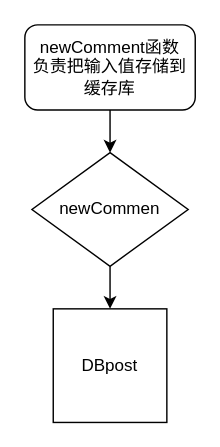
MoNaiZi/draw.io keeps this draw.io diagram as page "newComment" (2 of 3) of 小程序/提交评论流程图.drawio. Above is the earlier version. Source tidied: cells renumbered, new cells numbered last; positions are measured from the earlier drawing's top-left corner, leaving out a move shared by most shapes. Both pictures are drawn from the tidied source at 142%, with x=0, y=0 at pixel (24, 24).
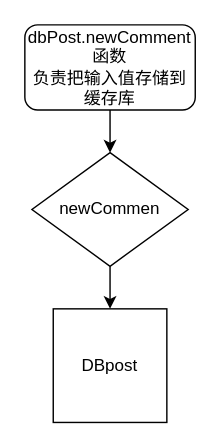
After the change.

Commit message:
更新提交评论流程图.drawio

The edit, as a diff of the source:
```diff
@@
 <mxGraphModel>
   <root>
     <mxCell id="0" />
     <mxCell id="1" parent="0" />
     <mxCell id="2" style="edgeStyle=orthogonalEdgeStyle;rounded=0;jettySize=auto;html=1;" parent="1" edge="1" source="3" target="5">
       <mxGeometry relative="1" as="geometry" />
     </mxCell>
-    <mxCell id="3" value="newComment函数&lt;br&gt;负责把输入值存储到缓存库" style="rounded=1;whiteSpace=wrap;html=1;" parent="1" vertex="1">
+    <mxCell id="3" value="dbPost.newComment函数&lt;br&gt;负责把输入值存储到缓存库" style="rounded=1;whiteSpace=wrap;html=1;" parent="1" vertex="1">
       <mxGeometry width="120" height="60" as="geometry" />
     </mxCell>
     <mxCell id="4" style="edgeStyle=orthogonalEdgeStyle;rounded=0;jettySize=auto;html=1;" parent="1" edge="1" source="5" target="6">
       <mxGeometry relative="1" as="geometry" />
     </mxCell>
     <mxCell id="5" value="newCommen" style="rhombus;whiteSpace=wrap;html=1;" parent="1" vertex="1">
       <mxGeometry x="5" y="90" width="110" height="80" as="geometry" />
     </mxCell>
     <mxCell id="6" value="DBpost" style="whiteSpace=wrap;html=1;" parent="1" vertex="1">
       <mxGeometry x="20" y="200" width="80" height="80" as="geometry" />
     </mxCell>
   </root>
 </mxGraphModel>
```
